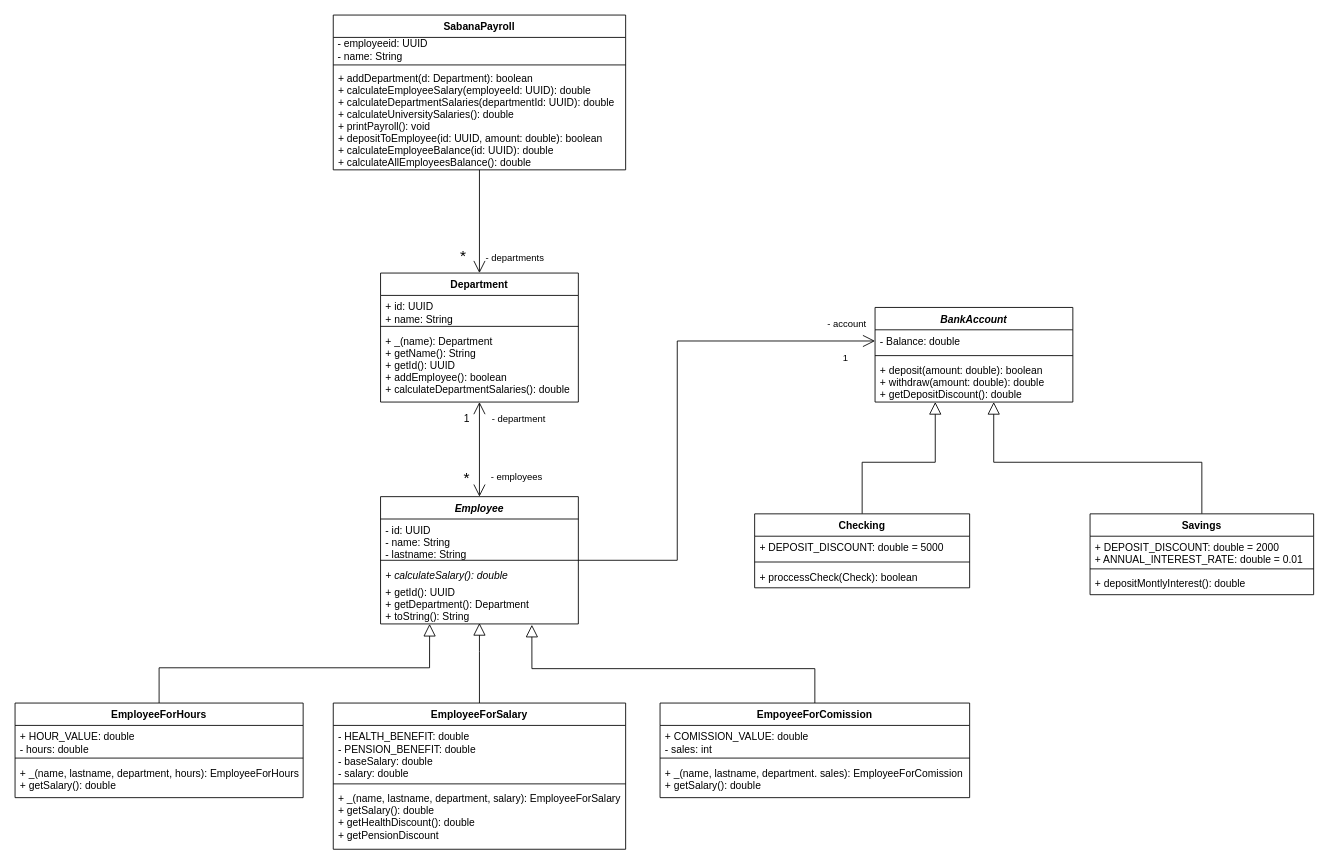
The draw.io diagram diagrams/sabanapayroll-class-diagram.drawio in Cafeleyos/MUNOZ-SANTOS-SABANA-POOB-2021-1-LAB-ABSTRACT-CLASS, before the edit. Source tidied: cells renumbered, new cells numbered last; positions are measured from the earlier drawing's top-left corner, leaving out a move shared by most shapes. Both pictures are drawn from the tidied source at 86%, with x=0, y=0 at pixel (15, 15).
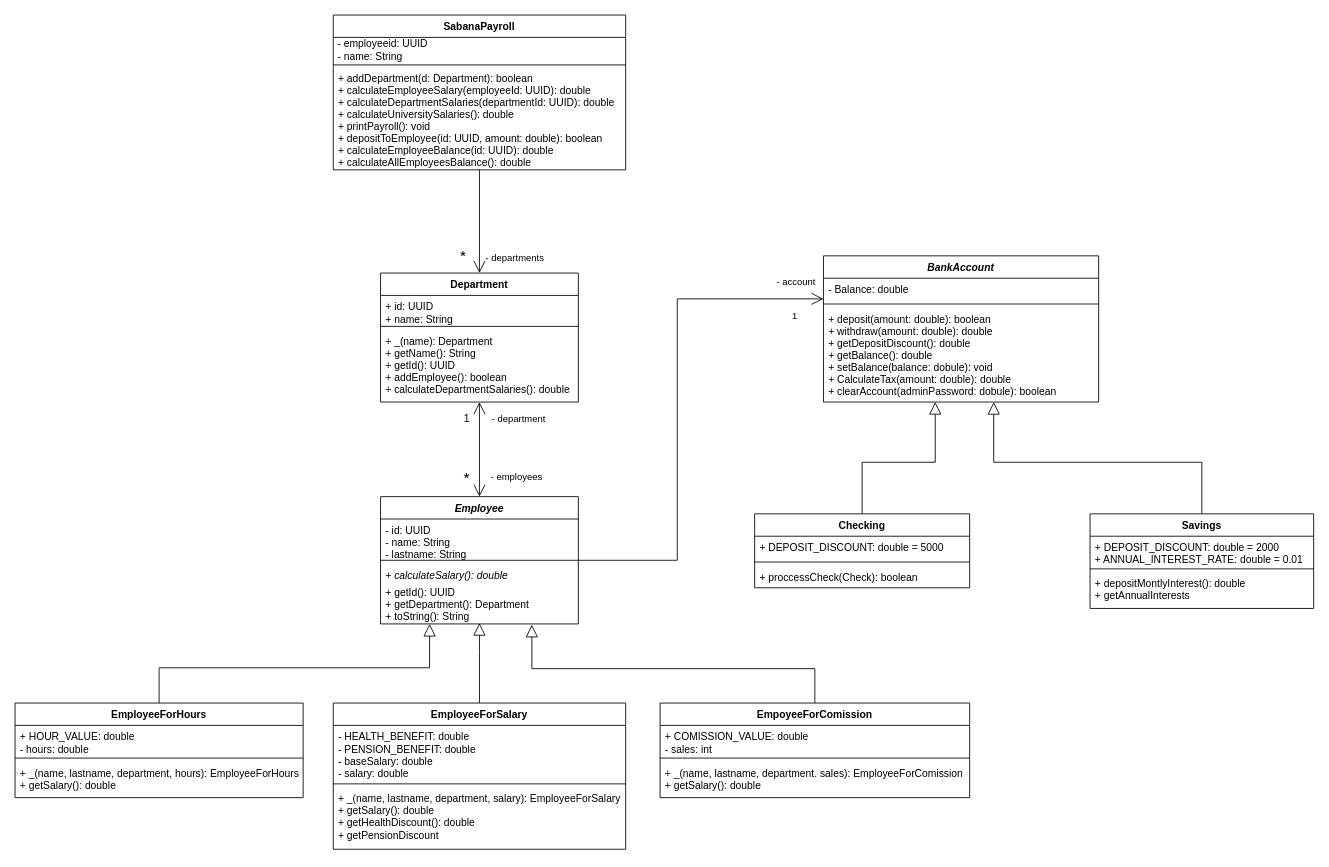
Above is the later version.

Unchanged cells that the change refers to:
```xml
<mxCell id="15" value="Employee" style="swimlane;fontStyle=3;align=center;verticalAlign=top;horizontal=1;startSize=26;" parent="1" vertex="1">
  <mxGeometry x="425" y="560" width="230" height="148" as="geometry" />
</mxCell>
```

Change to the diagram source:
```diff
@@
-    <mxCell id="14" value="- account&lt;br style=&quot;font-size: 11px;&quot;&gt;&lt;br style=&quot;font-size: 11px;&quot;&gt;&lt;br style=&quot;font-size: 11px;&quot;&gt;1&amp;nbsp;" style="edgeStyle=orthogonalEdgeStyle;rounded=0;jettySize=auto;html=1;endArrow=open;endFill=0;strokeWidth=1;endSize=12;entryX=0;entryY=0.5;entryDx=0;entryDy=0;verticalAlign=middle;labelBackgroundColor=none;fontSize=11;" parent="1" edge="1" source="15" target="40">
+    <mxCell id="14" value="- account&lt;br style=&quot;font-size: 11px;&quot;&gt;&lt;br style=&quot;font-size: 11px;&quot;&gt;&lt;br style=&quot;font-size: 11px;&quot;&gt;1&amp;nbsp;" style="edgeStyle=orthogonalEdgeStyle;rounded=0;jettySize=auto;html=1;endArrow=open;endFill=0;strokeWidth=1;endSize=12;verticalAlign=middle;labelBackgroundColor=none;fontSize=11;" parent="1" edge="1" source="15" target="39">
       <mxGeometry x="0.89" relative="1" as="geometry">
         <Array as="points">
           <mxPoint x="770" y="634" />
-          <mxPoint x="770" y="379" />
+          <mxPoint x="770" y="330" />
         </Array>
       </mxGeometry>
     </mxCell>
@@
     <mxCell id="39" value="BankAccount" style="swimlane;fontStyle=3;align=center;verticalAlign=top;horizontal=1;startSize=26;" parent="1" vertex="1">
-      <mxGeometry x="1000" y="340" width="230" height="110" as="geometry" />
+      <mxGeometry x="940" y="280" width="320" height="170" as="geometry" />
     </mxCell>
     <mxCell id="40" value="- Balance: double" style="text;strokeColor=none;fillColor=none;align=left;verticalAlign=top;spacingLeft=4;spacingRight=4;overflow=hidden;points=[[0,0.5],[1,0.5]];portConstraint=eastwest;" parent="39" vertex="1">
-      <mxGeometry y="26" width="230" height="26" as="geometry" />
+      <mxGeometry y="26" width="320" height="26" as="geometry" />
     </mxCell>
     <mxCell id="41" style="line;strokeWidth=1;fillColor=none;align=left;verticalAlign=middle;spacingTop=-1;spacingLeft=3;spacingRight=3;labelPosition=right;" parent="39" vertex="1">
-      <mxGeometry y="52" width="230" height="8" as="geometry" />
+      <mxGeometry y="52" width="320" height="8" as="geometry" />
     </mxCell>
-    <mxCell id="42" value="+ deposit(amount: double): boolean&#10;+ withdraw(amount: double): double&#10;+ getDepositDiscount(): double" style="text;strokeColor=none;fillColor=none;align=left;verticalAlign=top;spacingLeft=4;spacingRight=4;overflow=hidden;points=[[0,0.5],[1,0.5]];portConstraint=eastwest;" parent="39" vertex="1">
-      <mxGeometry y="60" width="230" height="50" as="geometry" />
+    <mxCell id="42" value="+ deposit(amount: double): boolean&#10;+ withdraw(amount: double): double&#10;+ getDepositDiscount(): double&#10;+ getBalance(): double&#10;+ setBalance(balance: dobule): void&#10;+ CalculateTax(amount: double): double&#10;+ clearAccount(adminPassword: dobule): boolean" style="text;strokeColor=none;fillColor=none;align=left;verticalAlign=top;spacingLeft=4;spacingRight=4;overflow=hidden;points=[[0,0.5],[1,0.5]];portConstraint=eastwest;" parent="39" vertex="1">
+      <mxGeometry y="60" width="320" height="110" as="geometry" />
     </mxCell>
@@
     <mxCell id="49" value="Savings" style="swimlane;fontStyle=1;align=center;verticalAlign=top;horizontal=1;startSize=26;fontSize=12;" parent="1" vertex="1">
-      <mxGeometry x="1250" y="580" width="260" height="94" as="geometry" />
+      <mxGeometry x="1250" y="580" width="260" height="110" as="geometry" />
     </mxCell>
@@
-    <mxCell id="52" value="+ depositMontlyInterest(): double" style="text;strokeColor=none;fillColor=none;align=left;verticalAlign=top;spacingLeft=4;spacingRight=4;overflow=hidden;" parent="49" vertex="1">
-      <mxGeometry y="68" width="260" height="26" as="geometry" />
+    <mxCell id="52" value="+ depositMontlyInterest(): double&#10;+ getAnnualInterests" style="text;strokeColor=none;fillColor=none;align=left;verticalAlign=top;spacingLeft=4;spacingRight=4;overflow=hidden;" parent="49" vertex="1">
+      <mxGeometry y="68" width="260" height="42" as="geometry" />
     </mxCell>
```
